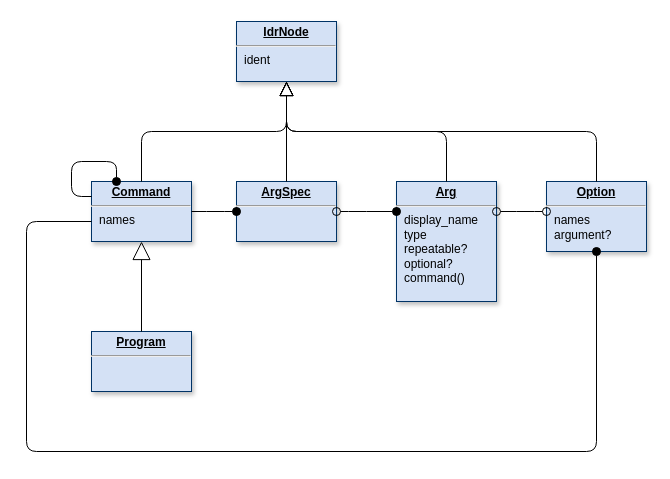
Earlier version of the draw.io diagram page "Idr" (1 of 3) of doc/diagram.drawio (clrgit/shellopts). Source tidied: cells renumbered, new cells numbered last; positions are measured from the earlier drawing's top-left corner, leaving out a move shared by most shapes. Both pictures are drawn from the tidied source at 100%, with x=0, y=0 at pixel (26, 21).
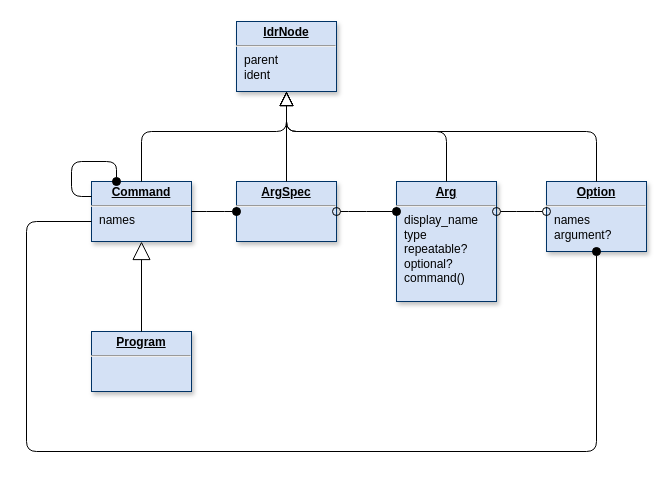
The same diagram, later.

Diff of the diagram source:
```diff
@@
-    <mxCell id="2" value="&lt;p style=&quot;margin: 0px ; margin-top: 4px ; text-align: center ; text-decoration: underline&quot;&gt;&lt;b&gt;IdrNode&lt;/b&gt;&lt;/p&gt;&lt;hr&gt;&lt;p style=&quot;margin: 0px ; margin-left: 8px&quot;&gt;ident&lt;/p&gt;" style="verticalAlign=top;align=left;overflow=fill;fontSize=12;fontFamily=Helvetica;html=1;shadow=1;strokeColor=#003366;fillColor=#D4E1F5;" parent="1" vertex="1">
-      <mxGeometry x="210" width="100" height="60" as="geometry" />
+    <mxCell id="2" value="&lt;p style=&quot;margin: 0px ; margin-top: 4px ; text-align: center ; text-decoration: underline&quot;&gt;&lt;b&gt;IdrNode&lt;/b&gt;&lt;/p&gt;&lt;hr&gt;&lt;p style=&quot;margin: 0px ; margin-left: 8px&quot;&gt;parent&lt;/p&gt;&lt;p style=&quot;margin: 0px ; margin-left: 8px&quot;&gt;ident&lt;/p&gt;" style="verticalAlign=top;align=left;overflow=fill;fontSize=12;fontFamily=Helvetica;html=1;shadow=1;strokeColor=#003366;fillColor=#D4E1F5;" parent="1" vertex="1">
+      <mxGeometry x="210" width="100" height="70" as="geometry" />
     </mxCell>
```
